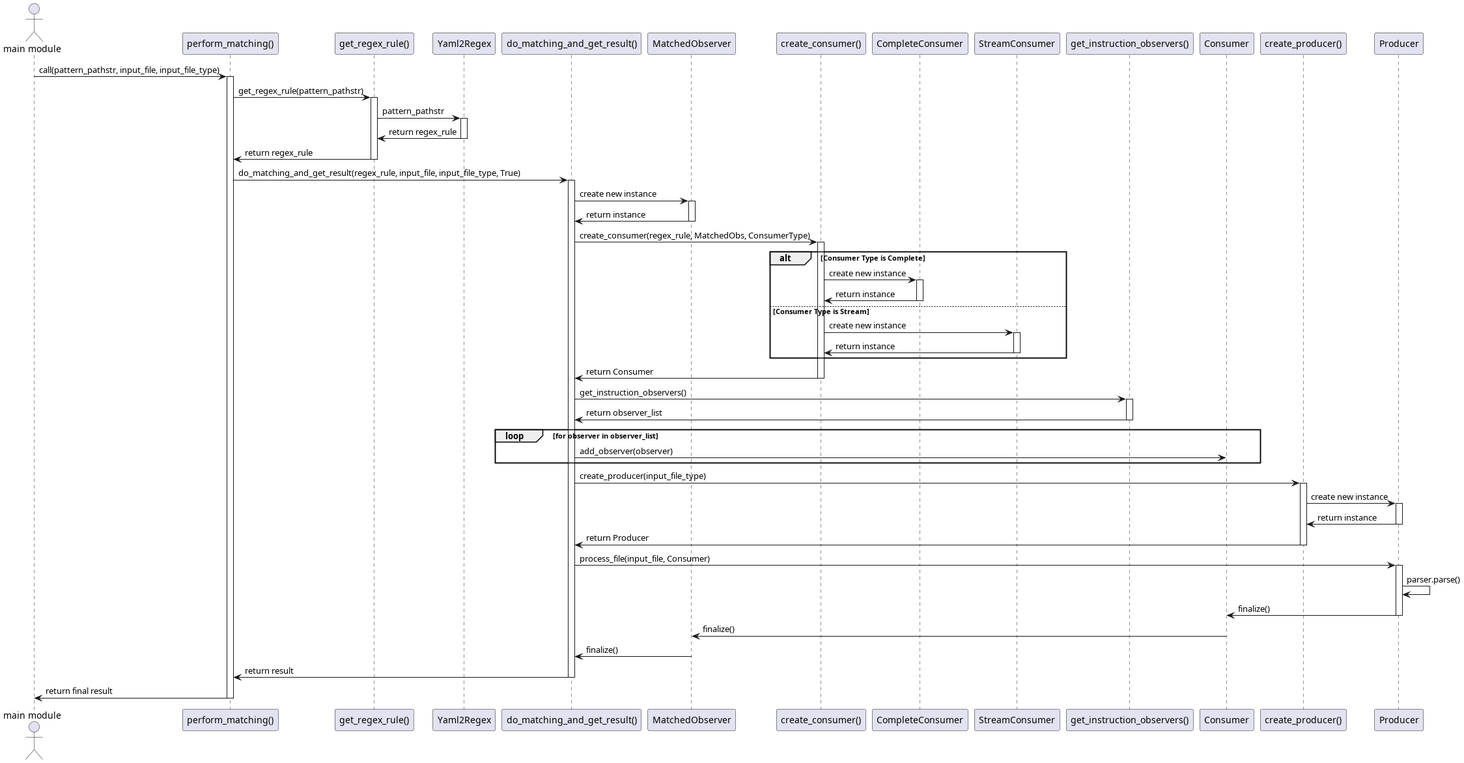
Earlier version of the PlantUML export design/sequence_diagram_match_module.png (JukMR/JASM). Its diagram source:
```plantuml
@startuml sequence_diagram_match_module
actor "main module" as Main
participant "perform_matching()" as PerformMatching
participant "get_regex_rule()" as GetRegexRule
participant "Yaml2Regex" as Yaml2Regex
participant "do_matching_and_get_result()" as DoMatching
participant "MatchedObserver" as MatchedObs
participant "create_consumer()" as CreateConsumer
participant "CompleteConsumer" as CompleteCons
participant "StreamConsumer" as StreamCons
participant "get_instruction_observers()" as GetObservers
participant "Consumer" as Consumer
participant "Producer" as Producer
participant "create_producer()" as CreateProducer
participant "ComposableProducer" as Producer

Main -> PerformMatching: call(pattern_pathstr, input_file, input_file_type)
activate PerformMatching
PerformMatching -> GetRegexRule: get_regex_rule(pattern_pathstr)
activate GetRegexRule

GetRegexRule -> Yaml2Regex: pattern_pathstr
activate Yaml2Regex
Yaml2Regex -> GetRegexRule: return regex_rule
deactivate Yaml2Regex

GetRegexRule -> PerformMatching: return regex_rule
deactivate GetRegexRule

PerformMatching -> DoMatching: do_matching_and_get_result(regex_rule, input_file, input_file_type, True)
activate DoMatching

DoMatching -> MatchedObs: create new instance
activate MatchedObs
MatchedObs -> DoMatching: return instance
deactivate MatchedObs

DoMatching -> CreateConsumer: create_consumer(regex_rule, MatchedObs, ConsumerType)
activate CreateConsumer

alt Consumer Type is Complete
    CreateConsumer -> CompleteCons: create new instance
    activate CompleteCons
    CompleteCons -> CreateConsumer: return instance
    deactivate CompleteCons
else Consumer Type is Stream
    CreateConsumer -> StreamCons: create new instance
    activate StreamCons
    StreamCons -> CreateConsumer: return instance
    deactivate StreamCons
end

CreateConsumer -> DoMatching: return Consumer
deactivate CreateConsumer

DoMatching -> GetObservers: get_instruction_observers()
activate GetObservers
GetObservers -> DoMatching: return observer_list
deactivate GetObservers

loop for observer in observer_list
    DoMatching -> Consumer: add_observer(observer)
end

DoMatching -> CreateProducer: create_producer(input_file_type)
activate CreateProducer
CreateProducer -> Producer: create new instance
activate Producer
Producer -> CreateProducer: return instance
deactivate Producer
CreateProducer -> DoMatching: return Producer
deactivate CreateProducer

DoMatching -> Producer: process_file(input_file, Consumer)
activate Producer
Producer -> Producer: parser.parse()
Producer -> Consumer: finalize()
deactivate Producer
Consumer -> MatchedObs: finalize()
MatchedObs -> DoMatching: finalize()
DoMatching -> PerformMatching: return result
deactivate DoMatching
PerformMatching -> Main: return final result
deactivate PerformMatching
@enduml
```
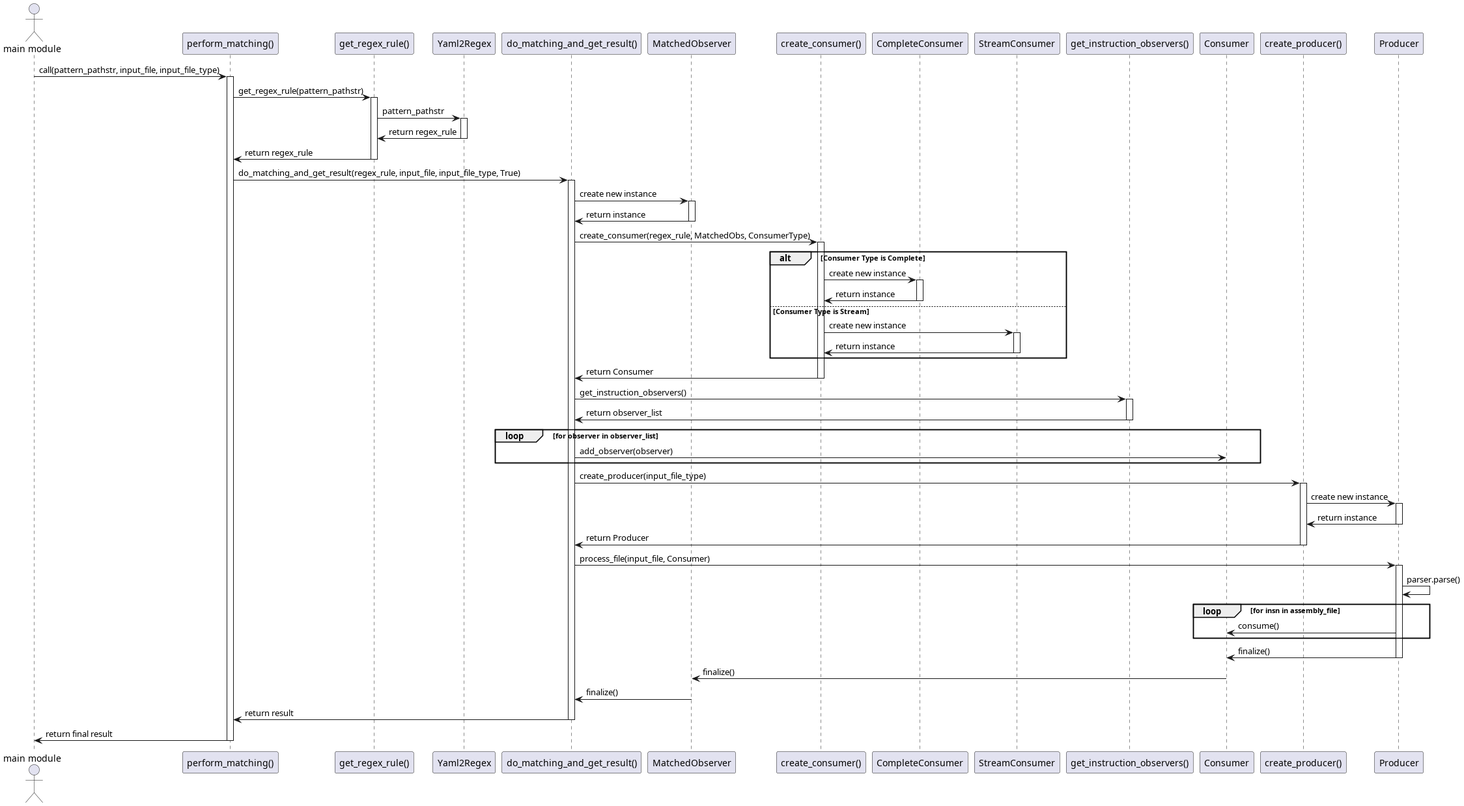
After the commit.

Commit message:
Add for loop for instructions between producer and consumer in seq diagram

Diff of the diagram source:
```diff
@@ -74,6 +74,9 @@
 DoMatching -> Producer: process_file(input_file, Consumer)
 activate Producer
 Producer -> Producer: parser.parse()
+loop for insn in assembly_file
+    Producer -> Consumer: consume()
+end
 Producer -> Consumer: finalize()
 deactivate Producer
 Consumer -> MatchedObs: finalize()
```
